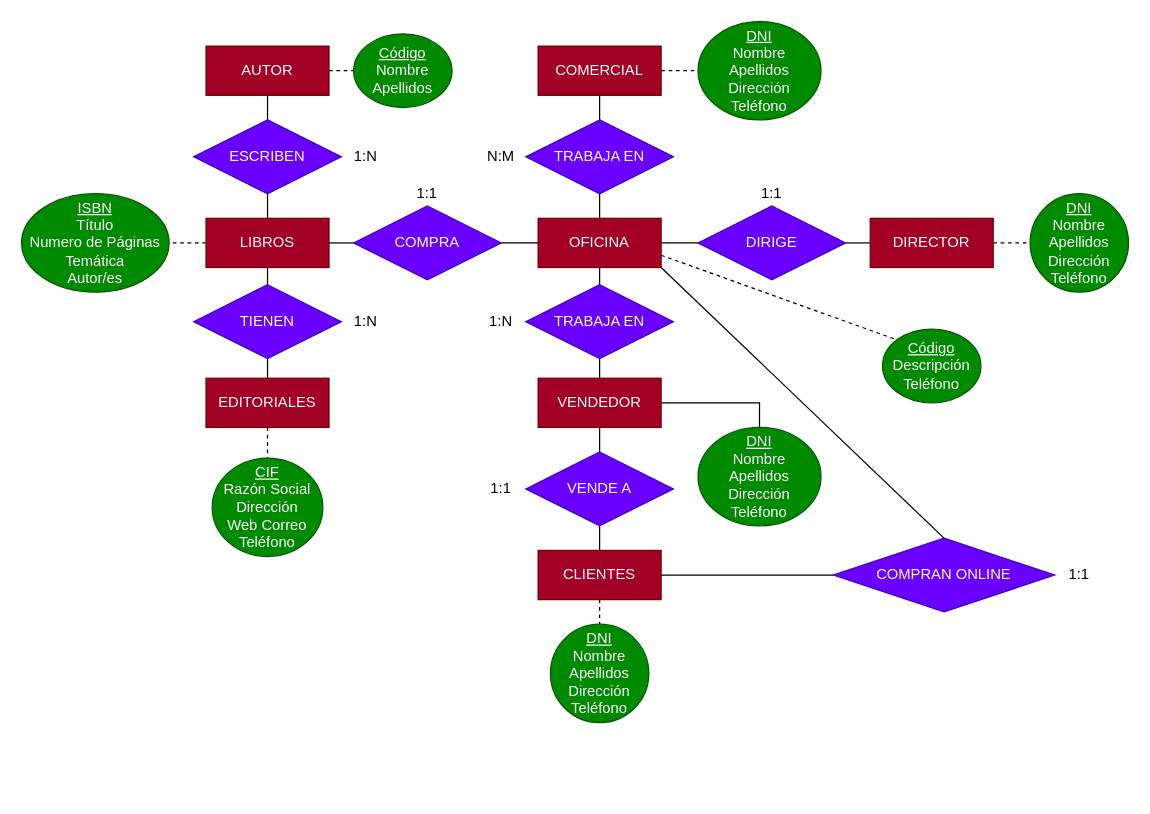
This is Ejercicio5_Tema1.drawio from antonionavarro04/diagramas, a draw.io file, before an edit. Source tidied: cells renumbered, new cells numbered last; positions are measured from the earlier drawing's top-left corner, leaving out a move shared by most shapes. Both pictures are drawn from the tidied source at 123%, with x=0, y=0 at pixel (21, 21).
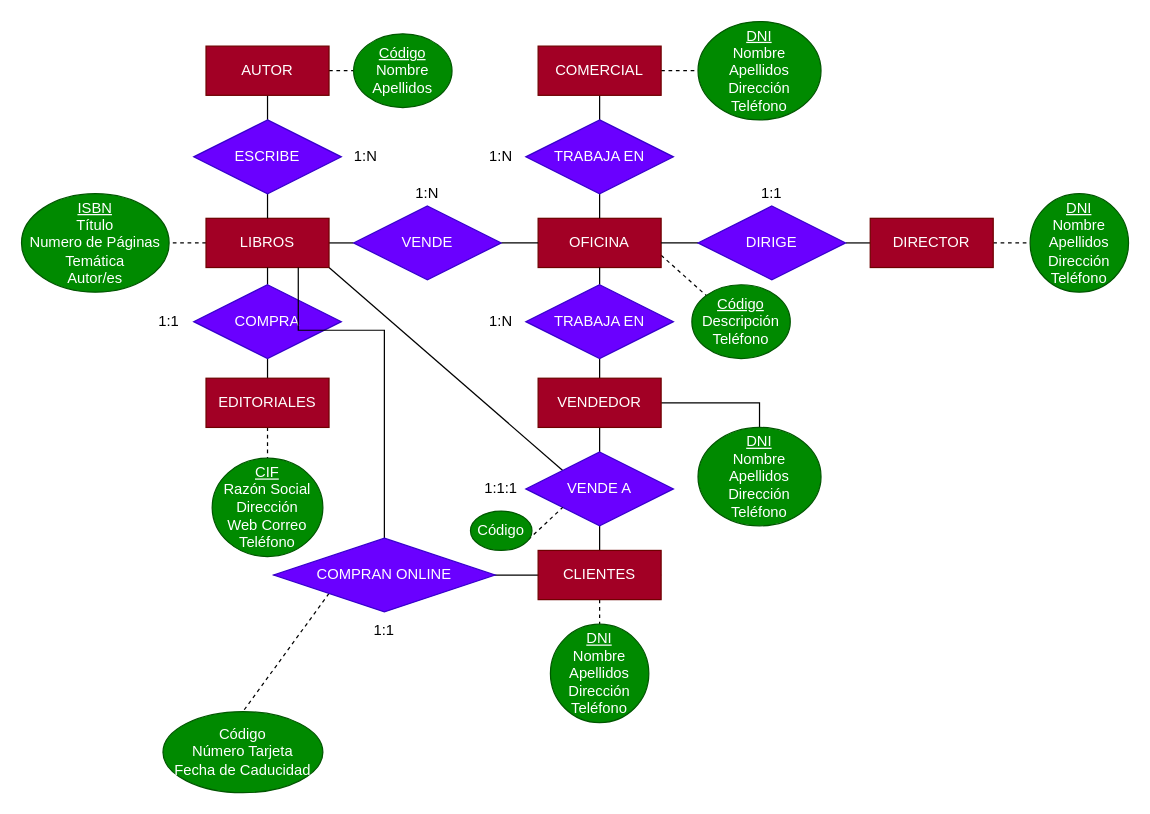
The same diagram, later.

The change refers to these unchanged cells:
```xml
<mxCell id="4" value="OFICINA" style="whiteSpace=wrap;html=1;align=center;fillColor=#a20025;fontColor=#ffffff;strokeColor=#6F0000;" parent="1" vertex="1">
  <mxGeometry x="420" y="160" width="100" height="40" as="geometry" />
</mxCell>
<mxCell id="23" value="LIBROS" style="whiteSpace=wrap;html=1;align=center;fillColor=#a20025;fontColor=#ffffff;strokeColor=#6F0000;" parent="1" vertex="1">
  <mxGeometry x="150" y="160" width="100" height="40" as="geometry" />
</mxCell>
<mxCell id="32" value="VENDE A" style="shape=rhombus;perimeter=rhombusPerimeter;whiteSpace=wrap;html=1;align=center;fillColor=#6a00ff;fontColor=#ffffff;strokeColor=#3700CC;" parent="1" vertex="1">
  <mxGeometry x="410" y="350" width="120" height="60" as="geometry" />
</mxCell>
```

What changed in the source:
```diff
@@
-    <mxCell id="2" style="edgeStyle=none;rounded=0;jettySize=auto;html=1;exitX=1;exitY=1;exitDx=0;exitDy=0;entryX=0.5;entryY=0;entryDx=0;entryDy=0;endArrow=none;endFill=0;" parent="1" edge="1" source="4" target="48">
-      <mxGeometry relative="1" as="geometry" />
-    </mxCell>
@@
+    <mxCell id="58" style="rounded=0;jettySize=auto;html=1;exitX=1;exitY=1;exitDx=0;exitDy=0;entryX=0;entryY=0;entryDx=0;entryDy=0;endArrow=none;endFill=0;" parent="1" edge="1" source="23" target="32">
+      <mxGeometry relative="1" as="geometry" />
+    </mxCell>
@@
-    <mxCell id="25" value="COMPRA" style="shape=rhombus;perimeter=rhombusPerimeter;whiteSpace=wrap;html=1;align=center;fillColor=#6a00ff;fontColor=#ffffff;strokeColor=#3700CC;" parent="1" vertex="1">
+    <mxCell id="25" value="VENDE" style="shape=rhombus;perimeter=rhombusPerimeter;whiteSpace=wrap;html=1;align=center;fillColor=#6a00ff;fontColor=#ffffff;strokeColor=#3700CC;" parent="1" vertex="1">
       <mxGeometry x="270" y="150" width="120" height="60" as="geometry" />
     </mxCell>
@@
-    <mxCell id="30" value="TIENEN" style="shape=rhombus;perimeter=rhombusPerimeter;whiteSpace=wrap;html=1;align=center;fillColor=#6a00ff;fontColor=#ffffff;strokeColor=#3700CC;" parent="1" vertex="1">
+    <mxCell id="30" value="COMPRA" style="shape=rhombus;perimeter=rhombusPerimeter;whiteSpace=wrap;html=1;align=center;fillColor=#6a00ff;fontColor=#ffffff;strokeColor=#3700CC;" parent="1" vertex="1">
       <mxGeometry x="140" y="214" width="120" height="60" as="geometry" />
     </mxCell>
@@
-    <mxCell id="38" value="N:M" style="text;html=1;strokeColor=none;fillColor=none;align=center;verticalAlign=middle;whiteSpace=wrap;rounded=0;" parent="1" vertex="1">
+    <mxCell id="38" value="1:N" style="text;html=1;strokeColor=none;fillColor=none;align=center;verticalAlign=middle;whiteSpace=wrap;rounded=0;" parent="1" vertex="1">
       <mxGeometry x="360" y="95" width="60" height="30" as="geometry" />
     </mxCell>
@@
-    <mxCell id="43" value="ESCRIBEN" style="shape=rhombus;perimeter=rhombusPerimeter;whiteSpace=wrap;html=1;align=center;fillColor=#6a00ff;fontColor=#ffffff;strokeColor=#3700CC;" parent="1" vertex="1">
+    <mxCell id="43" value="ESCRIBE" style="shape=rhombus;perimeter=rhombusPerimeter;whiteSpace=wrap;html=1;align=center;fillColor=#6a00ff;fontColor=#ffffff;strokeColor=#3700CC;" parent="1" vertex="1">
       <mxGeometry x="140" y="80" width="120" height="60" as="geometry" />
     </mxCell>
-    <mxCell id="44" value="1:N" style="text;html=1;strokeColor=none;fillColor=none;align=center;verticalAlign=middle;whiteSpace=wrap;rounded=0;" parent="1" vertex="1">
-      <mxGeometry x="250" y="229" width="60" height="30" as="geometry" />
+    <mxCell id="44" value="1:1" style="text;html=1;strokeColor=none;fillColor=none;align=center;verticalAlign=middle;whiteSpace=wrap;rounded=0;" parent="1" vertex="1">
+      <mxGeometry x="90" y="229" width="60" height="30" as="geometry" />
     </mxCell>
-    <mxCell id="45" value="1:1" style="text;html=1;strokeColor=none;fillColor=none;align=center;verticalAlign=middle;whiteSpace=wrap;rounded=0;" parent="1" vertex="1">
+    <mxCell id="45" value="1:N" style="text;html=1;strokeColor=none;fillColor=none;align=center;verticalAlign=middle;whiteSpace=wrap;rounded=0;" parent="1" vertex="1">
       <mxGeometry x="300" y="125" width="60" height="30" as="geometry" />
     </mxCell>
@@
-    <mxCell id="47" value="1:1" style="text;html=1;strokeColor=none;fillColor=none;align=center;verticalAlign=middle;whiteSpace=wrap;rounded=0;" parent="1" vertex="1">
+    <mxCell id="47" value="1:1:1" style="text;html=1;strokeColor=none;fillColor=none;align=center;verticalAlign=middle;whiteSpace=wrap;rounded=0;" parent="1" vertex="1">
       <mxGeometry x="360" y="365" width="60" height="30" as="geometry" />
     </mxCell>
+    <mxCell id="59" style="edgeStyle=none;rounded=0;jettySize=auto;html=1;exitX=0;exitY=1;exitDx=0;exitDy=0;entryX=0.5;entryY=0;entryDx=0;entryDy=0;dashed=1;endArrow=none;endFill=0;" parent="1" edge="1" source="48" target="63">
+      <mxGeometry relative="1" as="geometry" />
+    </mxCell>
+    <mxCell id="60" style="edgeStyle=orthogonalEdgeStyle;rounded=0;jettySize=auto;html=1;exitX=0.5;exitY=0;exitDx=0;exitDy=0;entryX=0.75;entryY=1;entryDx=0;entryDy=0;endArrow=none;endFill=0;" parent="1" edge="1" source="48" target="23">
+      <mxGeometry relative="1" as="geometry">
+        <Array as="points">
+          <mxPoint x="295" y="251" />
+          <mxPoint x="225" y="251" />
+        </Array>
+      </mxGeometry>
+    </mxCell>
     <mxCell id="48" value="COMPRAN ONLINE" style="shape=rhombus;perimeter=rhombusPerimeter;whiteSpace=wrap;html=1;align=center;fillColor=#6a00ff;fontColor=#ffffff;strokeColor=#3700CC;" parent="1" vertex="1">
-      <mxGeometry x="660" y="420" width="180" height="60" as="geometry" />
+      <mxGeometry x="205" y="420" width="180" height="60" as="geometry" />
     </mxCell>
     <mxCell id="49" value="1:1" style="text;html=1;strokeColor=none;fillColor=none;align=center;verticalAlign=middle;whiteSpace=wrap;rounded=0;" parent="1" vertex="1">
-      <mxGeometry x="830" y="435" width="60" height="30" as="geometry" />
+      <mxGeometry x="265" y="480" width="60" height="30" as="geometry" />
     </mxCell>
     <mxCell id="50" value="&lt;u&gt;Código&lt;/u&gt;&lt;br&gt;Descripción&lt;br&gt;Teléfono" style="ellipse;whiteSpace=wrap;html=1;fillColor=#008a00;fontColor=#ffffff;strokeColor=#005700;" parent="1" vertex="1">
-      <mxGeometry x="700" y="250" width="80" height="60" as="geometry" />
+      <mxGeometry x="545" y="214" width="80" height="60" as="geometry" />
     </mxCell>
@@
+    <mxCell id="61" style="rounded=0;jettySize=auto;html=1;exitX=1;exitY=1;exitDx=0;exitDy=0;entryX=0;entryY=1;entryDx=0;entryDy=0;dashed=1;endArrow=none;endFill=0;" parent="1" edge="1" source="62" target="32">
+      <mxGeometry relative="1" as="geometry" />
+    </mxCell>
+    <mxCell id="62" value="Código" style="ellipse;whiteSpace=wrap;html=1;fillColor=#008a00;fontColor=#ffffff;strokeColor=#005700;" parent="1" vertex="1">
+      <mxGeometry x="365" y="398" width="50" height="32" as="geometry" />
+    </mxCell>
+    <mxCell id="63" value="Código&lt;br&gt;Número Tarjeta&lt;br&gt;Fecha de Caducidad" style="ellipse;whiteSpace=wrap;html=1;fillColor=#008a00;fontColor=#ffffff;strokeColor=#005700;" parent="1" vertex="1">
+      <mxGeometry x="115" y="561" width="130" height="66" as="geometry" />
+    </mxCell>
```
